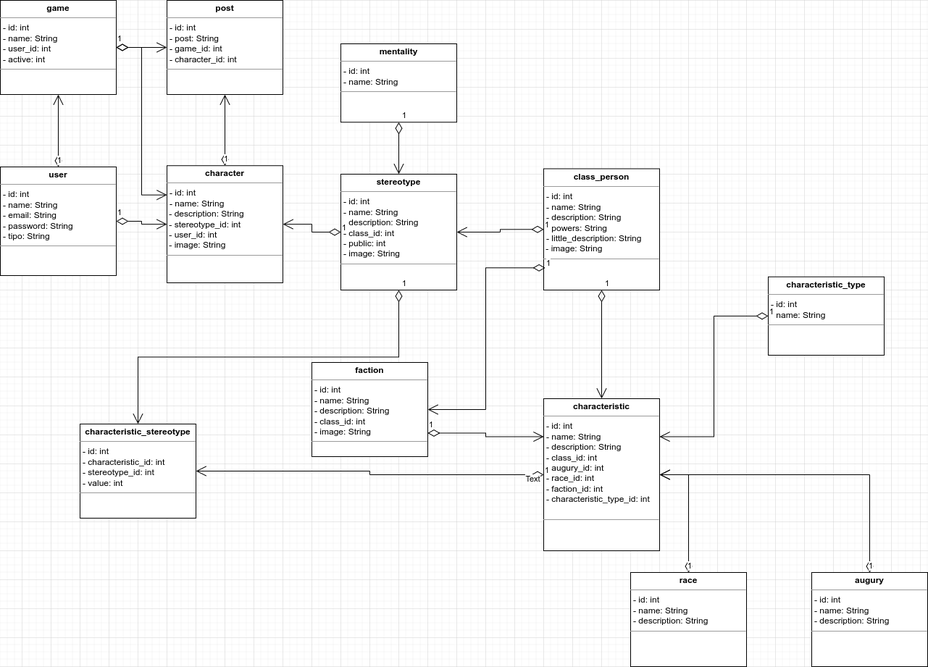
This is diagrama_de_classes.drawio.png from fabriciodiasoliveira/mundo-sombrio-rpg, a draw.io export, as it was before one commit. Source tidied: cells renumbered, new cells last; positions are measured from the earlier drawing's top-left corner, leaving out a move shared by most shapes.
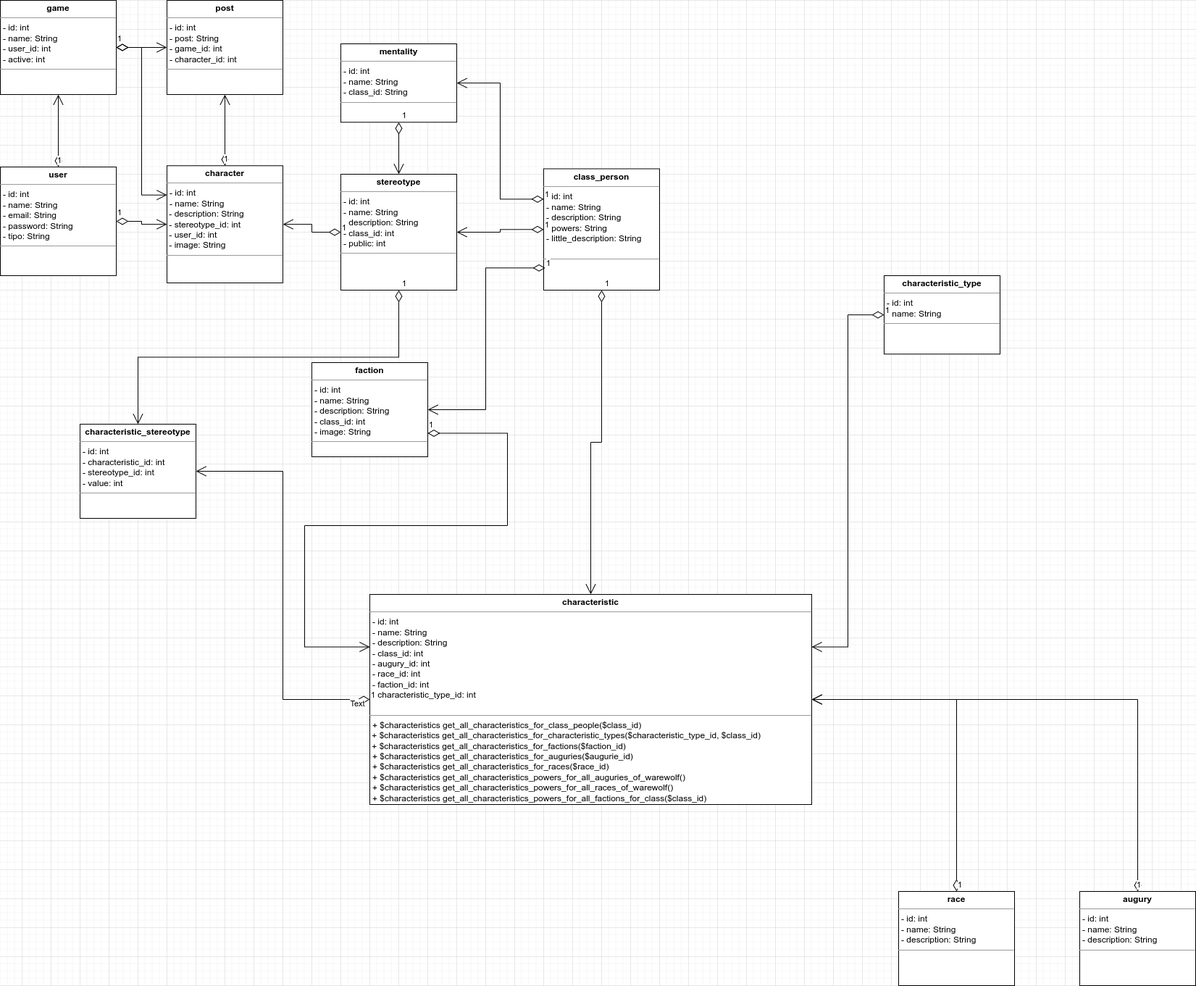
After the commit.

Commit message:
#4: Correção do diagrama de classes

Change to the diagram source:
```diff
@@ -5,14 +5,14 @@
     <mxCell id="2" value="&lt;p style=&quot;margin:0px;margin-top:4px;text-align:center;&quot;&gt;&lt;b&gt;user&lt;/b&gt;&lt;/p&gt;&lt;hr size=&quot;1&quot;&gt;&lt;p style=&quot;margin:0px;margin-left:4px;&quot;&gt;- id: int&lt;/p&gt;&lt;p style=&quot;margin:0px;margin-left:4px;&quot;&gt;- name: String&lt;/p&gt;&lt;p style=&quot;margin:0px;margin-left:4px;&quot;&gt;- email: String&lt;/p&gt;&lt;p style=&quot;margin:0px;margin-left:4px;&quot;&gt;- password: String&lt;/p&gt;&lt;p style=&quot;margin:0px;margin-left:4px;&quot;&gt;- tipo: String&lt;br&gt;&lt;/p&gt;&lt;hr size=&quot;1&quot;&gt;&lt;p style=&quot;margin:0px;margin-left:4px;&quot;&gt;&lt;br&gt;&lt;/p&gt;" style="verticalAlign=top;align=left;overflow=fill;fontSize=12;fontFamily=Helvetica;html=1;" parent="1" vertex="1">
       <mxGeometry y="230" width="160" height="150" as="geometry" />
     </mxCell>
-    <mxCell id="3" value="&lt;p style=&quot;margin:0px;margin-top:4px;text-align:center;&quot;&gt;&lt;b&gt;stereotype&lt;/b&gt;&lt;br&gt;&lt;/p&gt;&lt;hr size=&quot;1&quot;&gt;&lt;p style=&quot;margin:0px;margin-left:4px;&quot;&gt;- id: int&lt;/p&gt;&lt;p style=&quot;margin:0px;margin-left:4px;&quot;&gt;- name: String&lt;/p&gt;&lt;p style=&quot;margin:0px;margin-left:4px;&quot;&gt;- description: String&lt;/p&gt;&lt;p style=&quot;margin:0px;margin-left:4px;&quot;&gt;- class_id: int&lt;/p&gt;&lt;p style=&quot;margin:0px;margin-left:4px;&quot;&gt;- public: int&lt;/p&gt;&lt;p style=&quot;margin:0px;margin-left:4px;&quot;&gt;&lt;span style=&quot;background-color: initial;&quot;&gt;- image: String&lt;/span&gt;&lt;/p&gt;&lt;hr size=&quot;1&quot;&gt;&lt;p style=&quot;margin:0px;margin-left:4px;&quot;&gt;&lt;br&gt;&lt;/p&gt;" style="verticalAlign=top;align=left;overflow=fill;fontSize=12;fontFamily=Helvetica;html=1;" parent="1" vertex="1">
+    <mxCell id="3" value="&lt;p style=&quot;margin:0px;margin-top:4px;text-align:center;&quot;&gt;&lt;b&gt;stereotype&lt;/b&gt;&lt;br&gt;&lt;/p&gt;&lt;hr size=&quot;1&quot;&gt;&lt;p style=&quot;margin:0px;margin-left:4px;&quot;&gt;- id: int&lt;/p&gt;&lt;p style=&quot;margin:0px;margin-left:4px;&quot;&gt;- name: String&lt;/p&gt;&lt;p style=&quot;margin:0px;margin-left:4px;&quot;&gt;- description: String&lt;/p&gt;&lt;p style=&quot;margin:0px;margin-left:4px;&quot;&gt;- class_id: int&lt;/p&gt;&lt;p style=&quot;margin:0px;margin-left:4px;&quot;&gt;- public: int&lt;br&gt;&lt;/p&gt;&lt;hr size=&quot;1&quot;&gt;&lt;p style=&quot;margin:0px;margin-left:4px;&quot;&gt;&lt;br&gt;&lt;/p&gt;" style="verticalAlign=top;align=left;overflow=fill;fontSize=12;fontFamily=Helvetica;html=1;" parent="1" vertex="1">
       <mxGeometry x="470" y="240" width="160" height="160" as="geometry" />
     </mxCell>
-    <mxCell id="4" value="&lt;p style=&quot;margin:0px;margin-top:4px;text-align:center;&quot;&gt;&lt;b&gt;class_person&lt;/b&gt;&lt;/p&gt;&lt;hr size=&quot;1&quot;&gt;&lt;p style=&quot;margin:0px;margin-left:4px;&quot;&gt;- id: int&lt;/p&gt;&lt;p style=&quot;margin:0px;margin-left:4px;&quot;&gt;- name: String&lt;/p&gt;&lt;p style=&quot;margin:0px;margin-left:4px;&quot;&gt;- description: String&lt;/p&gt;&lt;p style=&quot;margin:0px;margin-left:4px;&quot;&gt;- powers: String&lt;/p&gt;&lt;p style=&quot;margin:0px;margin-left:4px;&quot;&gt;- little_description: String&lt;/p&gt;&amp;nbsp;- image: String&lt;br&gt;&lt;hr size=&quot;1&quot;&gt;&lt;p style=&quot;margin:0px;margin-left:4px;&quot;&gt;&lt;br&gt;&lt;/p&gt;" style="verticalAlign=top;align=left;overflow=fill;fontSize=12;fontFamily=Helvetica;html=1;" parent="1" vertex="1">
+    <mxCell id="4" value="&lt;p style=&quot;margin:0px;margin-top:4px;text-align:center;&quot;&gt;&lt;b&gt;class_person&lt;/b&gt;&lt;/p&gt;&lt;hr size=&quot;1&quot;&gt;&lt;p style=&quot;margin:0px;margin-left:4px;&quot;&gt;- id: int&lt;/p&gt;&lt;p style=&quot;margin:0px;margin-left:4px;&quot;&gt;- name: String&lt;/p&gt;&lt;p style=&quot;margin:0px;margin-left:4px;&quot;&gt;- description: String&lt;/p&gt;&lt;p style=&quot;margin:0px;margin-left:4px;&quot;&gt;- powers: String&lt;/p&gt;&lt;p style=&quot;margin:0px;margin-left:4px;&quot;&gt;- little_description: String&lt;/p&gt;&lt;br&gt;&lt;hr size=&quot;1&quot;&gt;&lt;p style=&quot;margin:0px;margin-left:4px;&quot;&gt;&lt;br&gt;&lt;/p&gt;" style="verticalAlign=top;align=left;overflow=fill;fontSize=12;fontFamily=Helvetica;html=1;" parent="1" vertex="1">
       <mxGeometry x="750" y="232.5" width="160" height="167.5" as="geometry" />
     </mxCell>
-    <mxCell id="5" value="&lt;p style=&quot;margin:0px;margin-top:4px;text-align:center;&quot;&gt;&lt;b&gt;characteristic&lt;/b&gt;&lt;/p&gt;&lt;hr size=&quot;1&quot;&gt;&lt;p style=&quot;margin:0px;margin-left:4px;&quot;&gt;- id: int&lt;/p&gt;&lt;p style=&quot;margin:0px;margin-left:4px;&quot;&gt;- name: String&lt;/p&gt;&lt;p style=&quot;margin:0px;margin-left:4px;&quot;&gt;- description: String&lt;/p&gt;&lt;p style=&quot;margin:0px;margin-left:4px;&quot;&gt;- class_id: int&lt;/p&gt;&lt;p style=&quot;margin:0px;margin-left:4px;&quot;&gt;- augury_id: int&lt;/p&gt;&lt;p style=&quot;margin:0px;margin-left:4px;&quot;&gt;- race_id: int&lt;/p&gt;&lt;p style=&quot;margin:0px;margin-left:4px;&quot;&gt;- faction_id: int&lt;/p&gt;&lt;p style=&quot;margin:0px;margin-left:4px;&quot;&gt;- characteristic_type_id: int&lt;/p&gt;&lt;br&gt;&lt;hr size=&quot;1&quot;&gt;&lt;p style=&quot;margin:0px;margin-left:4px;&quot;&gt;&lt;br&gt;&lt;/p&gt;" style="verticalAlign=top;align=left;overflow=fill;fontSize=12;fontFamily=Helvetica;html=1;" parent="1" vertex="1">
-      <mxGeometry x="750" y="550" width="160" height="210" as="geometry" />
+    <mxCell id="5" value="&lt;p style=&quot;margin:0px;margin-top:4px;text-align:center;&quot;&gt;&lt;b&gt;characteristic&lt;/b&gt;&lt;/p&gt;&lt;hr size=&quot;1&quot;&gt;&lt;p style=&quot;margin:0px;margin-left:4px;&quot;&gt;- id: int&lt;/p&gt;&lt;p style=&quot;margin:0px;margin-left:4px;&quot;&gt;- name: String&lt;/p&gt;&lt;p style=&quot;margin:0px;margin-left:4px;&quot;&gt;- description: String&lt;/p&gt;&lt;p style=&quot;margin:0px;margin-left:4px;&quot;&gt;- class_id: int&lt;/p&gt;&lt;p style=&quot;margin:0px;margin-left:4px;&quot;&gt;- augury_id: int&lt;/p&gt;&lt;p style=&quot;margin:0px;margin-left:4px;&quot;&gt;- race_id: int&lt;/p&gt;&lt;p style=&quot;margin:0px;margin-left:4px;&quot;&gt;- faction_id: int&lt;/p&gt;&lt;p style=&quot;margin:0px;margin-left:4px;&quot;&gt;- characteristic_type_id: int&lt;/p&gt;&lt;br&gt;&lt;hr size=&quot;1&quot;&gt;&lt;p style=&quot;margin:0px;margin-left:4px;&quot;&gt;+ $characteristics get_all_characteristics_for_class_people($class_id)&lt;/p&gt;&lt;p style=&quot;margin:0px;margin-left:4px;&quot;&gt;&lt;/p&gt;&amp;nbsp;+ $characteristics&amp;nbsp;&lt;span style=&quot;background-color: initial;&quot;&gt;get_all_characteristics_for_characteristic_types($characteristic_type_id, $class_id)&lt;br&gt;&lt;/span&gt;&amp;nbsp;+ $characteristics get_all_characteristics_for_factions($faction_id)&lt;br&gt;&lt;p style=&quot;margin:0px;margin-left:4px;&quot;&gt;+ $characteristics&amp;nbsp;get_all_characteristics_for_auguries($augurie_id)&lt;/p&gt;&lt;p style=&quot;margin:0px;margin-left:4px;&quot;&gt;+ $characteristics&amp;nbsp;get_all_characteristics_for_races($race_id)&lt;/p&gt;&lt;p style=&quot;margin:0px;margin-left:4px;&quot;&gt;+ $characteristics&amp;nbsp;get_all_characteristics_powers_for_all_auguries_of_warewolf()&lt;/p&gt;&lt;p style=&quot;margin:0px;margin-left:4px;&quot;&gt;+ $characteristics&amp;nbsp;get_all_characteristics_powers_for_all_races_of_warewolf()&lt;/p&gt;&lt;p style=&quot;margin:0px;margin-left:4px;&quot;&gt;+ $characteristics&amp;nbsp;get_all_characteristics_powers_for_all_factions_for_class($class_id)&lt;/p&gt;" style="verticalAlign=top;align=left;overflow=fill;fontSize=12;fontFamily=Helvetica;html=1;" parent="1" vertex="1">
+      <mxGeometry x="510" y="820" width="610" height="290" as="geometry" />
     </mxCell>
     <mxCell id="6" value="1" style="endArrow=open;html=1;endSize=12;startArrow=diamondThin;startSize=14;startFill=0;edgeStyle=orthogonalEdgeStyle;align=left;verticalAlign=bottom;rounded=0;entryX=1;entryY=0.5;entryDx=0;entryDy=0;exitX=0;exitY=0.5;exitDx=0;exitDy=0;" parent="1" edge="1" source="4" target="3">
       <mxGeometry x="-1" y="3" relative="1" as="geometry" />
@@ -30,10 +30,10 @@
       <mxGeometry x="-0.93" y="5" relative="1" as="geometry" />
     </mxCell>
     <mxCell id="11" value="&lt;p style=&quot;margin:0px;margin-top:4px;text-align:center;&quot;&gt;&lt;b&gt;augury&lt;/b&gt;&lt;br&gt;&lt;/p&gt;&lt;hr size=&quot;1&quot;&gt;&lt;p style=&quot;margin:0px;margin-left:4px;&quot;&gt;- id: int&lt;/p&gt;&lt;p style=&quot;margin:0px;margin-left:4px;&quot;&gt;- name: String&lt;br&gt;&lt;/p&gt;&lt;p style=&quot;margin:0px;margin-left:4px;&quot;&gt;- description: String&lt;/p&gt;&lt;hr size=&quot;1&quot;&gt;&lt;p style=&quot;margin:0px;margin-left:4px;&quot;&gt;&lt;br&gt;&lt;/p&gt;" style="verticalAlign=top;align=left;overflow=fill;fontSize=12;fontFamily=Helvetica;html=1;" parent="1" vertex="1">
-      <mxGeometry x="1120" y="790" width="160" height="130" as="geometry" />
+      <mxGeometry x="1490" y="1230" width="160" height="130" as="geometry" />
     </mxCell>
     <mxCell id="12" value="&lt;p style=&quot;margin:0px;margin-top:4px;text-align:center;&quot;&gt;&lt;b&gt;race&lt;/b&gt;&lt;br&gt;&lt;/p&gt;&lt;hr size=&quot;1&quot;&gt;&lt;p style=&quot;margin:0px;margin-left:4px;&quot;&gt;- id: int&lt;/p&gt;&lt;p style=&quot;margin:0px;margin-left:4px;&quot;&gt;- name: String&lt;br&gt;&lt;/p&gt;&lt;p style=&quot;margin:0px;margin-left:4px;&quot;&gt;- description: String&lt;/p&gt;&lt;hr size=&quot;1&quot;&gt;&lt;p style=&quot;margin:0px;margin-left:4px;&quot;&gt;&lt;br&gt;&lt;/p&gt;" style="verticalAlign=top;align=left;overflow=fill;fontSize=12;fontFamily=Helvetica;html=1;" parent="1" vertex="1">
-      <mxGeometry x="870" y="790" width="160" height="130" as="geometry" />
+      <mxGeometry x="1240" y="1230" width="160" height="130" as="geometry" />
     </mxCell>
     <mxCell id="13" value="1" style="endArrow=open;html=1;endSize=12;startArrow=diamondThin;startSize=14;startFill=0;edgeStyle=orthogonalEdgeStyle;align=left;verticalAlign=bottom;rounded=0;exitX=0.5;exitY=1;exitDx=0;exitDy=0;entryX=0.5;entryY=0;entryDx=0;entryDy=0;" parent="1" edge="1" source="4" target="5">
       <mxGeometry x="-1" y="3" relative="1" as="geometry" />
@@ -57,7 +57,7 @@
       <mxGeometry x="-1" y="3" relative="1" as="geometry" />
     </mxCell>
     <mxCell id="20" value="1" style="endArrow=open;html=1;endSize=12;startArrow=diamondThin;startSize=14;startFill=0;edgeStyle=orthogonalEdgeStyle;align=left;verticalAlign=bottom;rounded=0;entryX=1;entryY=0.5;entryDx=0;entryDy=0;exitX=0.5;exitY=0;exitDx=0;exitDy=0;" parent="1" edge="1" source="12" target="5">
-      <mxGeometry x="-1" y="3" relative="1" as="geometry" />
+      <mxGeometry x="-1" relative="1" as="geometry" />
     </mxCell>
     <mxCell id="21" value="&lt;p style=&quot;margin:0px;margin-top:4px;text-align:center;&quot;&gt;&lt;b&gt;character&lt;/b&gt;&lt;/p&gt;&lt;hr size=&quot;1&quot;&gt;&lt;p style=&quot;margin:0px;margin-left:4px;&quot;&gt;- id: int&lt;/p&gt;&lt;p style=&quot;margin:0px;margin-left:4px;&quot;&gt;- name: String&lt;/p&gt;&lt;div&gt;&amp;nbsp;- description: String&lt;/div&gt;&lt;div&gt;&amp;nbsp;- stereotype_id: int&lt;/div&gt;&lt;div&gt;&amp;nbsp;- user_id: int&lt;/div&gt;&lt;div&gt;&amp;nbsp;- image: String&lt;br&gt;&lt;/div&gt;&lt;hr size=&quot;1&quot;&gt;&lt;p style=&quot;margin:0px;margin-left:4px;&quot;&gt;&lt;br&gt;&lt;/p&gt;" style="verticalAlign=top;align=left;overflow=fill;fontSize=12;fontFamily=Helvetica;html=1;" parent="1" vertex="1">
       <mxGeometry x="230" y="228.2" width="160" height="161.8" as="geometry" />
@@ -72,7 +72,7 @@
       <mxGeometry x="-1" y="3" relative="1" as="geometry" />
     </mxCell>
     <mxCell id="25" value="&lt;p style=&quot;margin:0px;margin-top:4px;text-align:center;&quot;&gt;&lt;b&gt;characteristic_type&lt;/b&gt;&lt;br&gt;&lt;/p&gt;&lt;hr size=&quot;1&quot;&gt;&lt;p style=&quot;margin:0px;margin-left:4px;&quot;&gt;- id: int&lt;/p&gt;&lt;p style=&quot;margin:0px;margin-left:4px;&quot;&gt;- name: String&lt;br&gt;&lt;/p&gt;&lt;hr size=&quot;1&quot;&gt;&lt;p style=&quot;margin:0px;margin-left:4px;&quot;&gt;&lt;br&gt;&lt;/p&gt;" style="verticalAlign=top;align=left;overflow=fill;fontSize=12;fontFamily=Helvetica;html=1;" parent="1" vertex="1">
-      <mxGeometry x="1060" y="381.8" width="160" height="108.2" as="geometry" />
+      <mxGeometry x="1220" y="380" width="160" height="108.2" as="geometry" />
     </mxCell>
     <mxCell id="26" value="1" style="endArrow=open;html=1;endSize=12;startArrow=diamondThin;startSize=14;startFill=0;edgeStyle=orthogonalEdgeStyle;align=left;verticalAlign=bottom;rounded=0;exitX=0;exitY=0.5;exitDx=0;exitDy=0;entryX=1;entryY=0.25;entryDx=0;entryDy=0;" parent="1" edge="1" source="25" target="5">
       <mxGeometry x="-1" y="3" relative="1" as="geometry" />
@@ -83,14 +83,24 @@
     <mxCell id="28" value="1" style="endArrow=open;html=1;endSize=12;startArrow=diamondThin;startSize=14;startFill=0;edgeStyle=orthogonalEdgeStyle;align=left;verticalAlign=bottom;rounded=0;entryX=1;entryY=0.5;entryDx=0;entryDy=0;exitX=0.013;exitY=0.817;exitDx=0;exitDy=0;exitPerimeter=0;" parent="1" edge="1" source="4" target="27">
       <mxGeometry x="-1" y="3" relative="1" as="geometry" />
     </mxCell>
-    <mxCell id="29" value="1" style="endArrow=open;html=1;endSize=12;startArrow=diamondThin;startSize=14;startFill=0;edgeStyle=orthogonalEdgeStyle;align=left;verticalAlign=bottom;rounded=0;entryX=0;entryY=0.25;entryDx=0;entryDy=0;exitX=1;exitY=0.75;exitDx=0;exitDy=0;" parent="1" edge="1" source="27" target="5">
-      <mxGeometry x="-1" y="3" relative="1" as="geometry" />
-    </mxCell>
-    <mxCell id="30" value="&lt;p style=&quot;margin:0px;margin-top:4px;text-align:center;&quot;&gt;&lt;b&gt;mentality&lt;/b&gt;&lt;br&gt;&lt;/p&gt;&lt;hr size=&quot;1&quot;&gt;&lt;p style=&quot;margin:0px;margin-left:4px;&quot;&gt;- id: int&lt;/p&gt;&lt;p style=&quot;margin:0px;margin-left:4px;&quot;&gt;- name: String&lt;br&gt;&lt;/p&gt;&lt;hr size=&quot;1&quot;&gt;&lt;p style=&quot;margin:0px;margin-left:4px;&quot;&gt;&lt;br&gt;&lt;/p&gt;" style="verticalAlign=top;align=left;overflow=fill;fontSize=12;fontFamily=Helvetica;html=1;" parent="1" vertex="1">
+    <mxCell id="30" value="&lt;p style=&quot;margin:0px;margin-top:4px;text-align:center;&quot;&gt;&lt;b&gt;mentality&lt;/b&gt;&lt;br&gt;&lt;/p&gt;&lt;hr size=&quot;1&quot;&gt;&lt;p style=&quot;margin:0px;margin-left:4px;&quot;&gt;- id: int&lt;/p&gt;&lt;p style=&quot;margin:0px;margin-left:4px;&quot;&gt;- name: String&lt;br&gt;&lt;/p&gt;&lt;p style=&quot;margin:0px;margin-left:4px;&quot;&gt;- class_id: String&lt;br&gt;&lt;/p&gt;&lt;hr size=&quot;1&quot;&gt;&lt;p style=&quot;margin:0px;margin-left:4px;&quot;&gt;&lt;br&gt;&lt;/p&gt;" style="verticalAlign=top;align=left;overflow=fill;fontSize=12;fontFamily=Helvetica;html=1;" parent="1" vertex="1">
       <mxGeometry x="470" y="60" width="160" height="108.2" as="geometry" />
     </mxCell>
     <mxCell id="31" value="1" style="endArrow=open;html=1;endSize=12;startArrow=diamondThin;startSize=14;startFill=0;edgeStyle=orthogonalEdgeStyle;align=left;verticalAlign=bottom;rounded=0;entryX=0.5;entryY=0;entryDx=0;entryDy=0;exitX=0.5;exitY=1;exitDx=0;exitDy=0;" parent="1" edge="1" source="30" target="3">
       <mxGeometry x="-1" y="3" relative="1" as="geometry" />
     </mxCell>
+    <mxCell id="32" value="1" style="endArrow=open;html=1;endSize=12;startArrow=diamondThin;startSize=14;startFill=0;edgeStyle=orthogonalEdgeStyle;align=left;verticalAlign=bottom;rounded=0;entryX=1;entryY=0.5;entryDx=0;entryDy=0;exitX=0;exitY=0.25;exitDx=0;exitDy=0;" parent="1" edge="1" source="4" target="30">
+      <mxGeometry x="-1" y="3" relative="1" as="geometry" />
+    </mxCell>
+    <mxCell id="29" value="1" style="endArrow=open;html=1;endSize=12;startArrow=diamondThin;startSize=14;startFill=0;edgeStyle=orthogonalEdgeStyle;align=left;verticalAlign=bottom;rounded=0;exitX=1;exitY=0.75;exitDx=0;exitDy=0;entryX=0;entryY=0.25;entryDx=0;entryDy=0;" parent="1" edge="1" source="27" target="5">
+      <mxGeometry x="-1" y="3" relative="1" as="geometry">
+        <Array as="points">
+          <mxPoint x="700" y="598" />
+          <mxPoint x="700" y="725" />
+          <mxPoint x="420" y="725" />
+          <mxPoint x="420" y="893" />
+        </Array>
+      </mxGeometry>
+    </mxCell>
   </root>
 </mxGraphModel>
```
